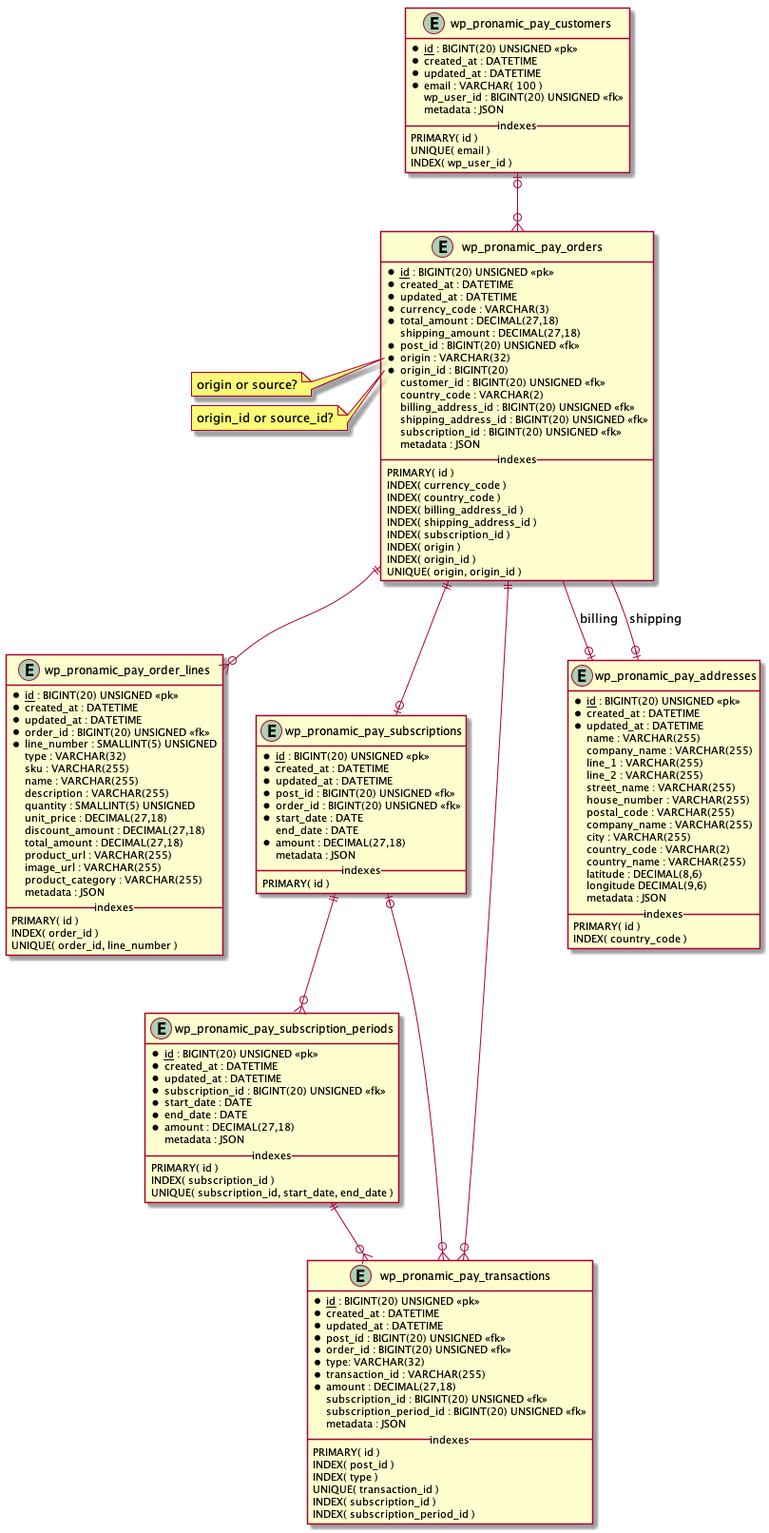
Above: documentation/db.png in 8KCool/WordPress-Plugin-iDEAL-Bancontact- (PlantUML), before the change. The source it was exported from:
```plantuml
@startuml


entity "wp_pronamic_pay_customers" as customer {
	* <u>id</u> : BIGINT(20) UNSIGNED <<pk>>
	* created_at : DATETIME
	* updated_at : DATETIME
	* email : VARCHAR( 100 )
	wp_user_id : BIGINT(20) UNSIGNED <<fk>>
	metadata : JSON
	__ indexes __
	PRIMARY( id )
	UNIQUE( email )
	INDEX( wp_user_id )
}

entity "wp_pronamic_pay_orders" as order {
	* <u>id</u> : BIGINT(20) UNSIGNED <<pk>>
	* created_at : DATETIME
	* updated_at : DATETIME
	* currency_code : VARCHAR(3)
	* total_amount : DECIMAL(27,18)
	shipping_amount : DECIMAL(27,18)
	* post_id : BIGINT(20) UNSIGNED <<fk>>
	* origin : VARCHAR(32)
	* origin_id : BIGINT(20)
	customer_id : BIGINT(20) UNSIGNED <<fk>>
	country_code : VARCHAR(2)
	billing_address_id : BIGINT(20) UNSIGNED <<fk>>
	shipping_address_id : BIGINT(20) UNSIGNED <<fk>>
	subscription_id : BIGINT(20) UNSIGNED <<fk>>
	metadata : JSON
	__ indexes __
	PRIMARY( id )
	INDEX( currency_code )
	INDEX( country_code )
	INDEX( billing_address_id )
	INDEX( shipping_address_id )
	INDEX( subscription_id )
	INDEX( origin )
	INDEX( origin_id )
	UNIQUE( origin, origin_id )
}

note left of order::origin
  origin or source?
end note

note left of order::origin_id
  origin_id or source_id?
end note

entity "wp_pronamic_pay_order_lines" as order_line {
	* <u>id</u> : BIGINT(20) UNSIGNED <<pk>>
	* created_at : DATETIME
	* updated_at : DATETIME
	* order_id : BIGINT(20) UNSIGNED <<fk>>
	* line_number : SMALLINT(5) UNSIGNED
	type : VARCHAR(32)
	sku : VARCHAR(255)
	name : VARCHAR(255)
	description : VARCHAR(255)
	quantity : SMALLINT(5) UNSIGNED
	unit_price : DECIMAL(27,18)
	discount_amount : DECIMAL(27,18)
	total_amount : DECIMAL(27,18)
	product_url : VARCHAR(255)
	image_url : VARCHAR(255)
	product_category : VARCHAR(255)
	metadata : JSON
	__ indexes __
	PRIMARY( id )
	INDEX( order_id )
	UNIQUE( order_id, line_number )
}

entity "wp_pronamic_pay_subscriptions" as subscription {
	* <u>id</u> : BIGINT(20) UNSIGNED <<pk>>
	* created_at : DATETIME
	* updated_at : DATETIME
	* post_id : BIGINT(20) UNSIGNED <<fk>>
	* order_id : BIGINT(20) UNSIGNED <<fk>>
	* start_date : DATE
	end_date : DATE
	* amount : DECIMAL(27,18)
	metadata : JSON
	__ indexes __
	PRIMARY( id )
}

entity "wp_pronamic_pay_subscription_periods" as subscription_period {
	* <u>id</u> : BIGINT(20) UNSIGNED <<pk>>
	* created_at : DATETIME
	* updated_at : DATETIME
	* subscription_id : BIGINT(20) UNSIGNED <<fk>>
	* start_date : DATE
	* end_date : DATE
	* amount : DECIMAL(27,18)
	metadata : JSON
	__ indexes __
	PRIMARY( id )
	INDEX( subscription_id )
	UNIQUE( subscription_id, start_date, end_date )
}

entity "wp_pronamic_pay_transactions" as transaction {
	* <u>id</u> : BIGINT(20) UNSIGNED <<pk>>
	* created_at : DATETIME
	* updated_at : DATETIME
	* post_id : BIGINT(20) UNSIGNED <<fk>>
	* order_id : BIGINT(20) UNSIGNED <<fk>>
	* type: VARCHAR(32)
	* transaction_id : VARCHAR(255)
	* amount : DECIMAL(27,18)
	subscription_id : BIGINT(20) UNSIGNED <<fk>>
	subscription_period_id : BIGINT(20) UNSIGNED <<fk>>
	metadata : JSON
	__ indexes __
	PRIMARY( id )
	INDEX( post_id )
	INDEX( type )
	UNIQUE( transaction_id )
	INDEX( subscription_id )
	INDEX( subscription_period_id )
}

entity "wp_pronamic_pay_addresses" as address {
	* <u>id</u> : BIGINT(20) UNSIGNED <<pk>>
	* created_at : DATETIME
	* updated_at : DATETIME
	name : VARCHAR(255)
	company_name : VARCHAR(255)
	line_1 : VARCHAR(255)
	line_2 : VARCHAR(255)
	street_name : VARCHAR(255)
	house_number : VARCHAR(255)
	postal_code : VARCHAR(255)
	company_name : VARCHAR(255)
	city : VARCHAR(255)
	country_code : VARCHAR(2)
	country_name : VARCHAR(255)
	latitude : DECIMAL(8,6)
	longitude DECIMAL(9,6)
	metadata : JSON
	__ indexes __
	PRIMARY( id )
	INDEX( country_code )
}

customer |o--o{ order
order --o| address : billing
order --o| address : shipping
order ||--o| subscription
order ||--o{ order_line
order ||--o{ transaction
subscription ||--o{ subscription_period
subscription |o--o{ transaction
subscription_period ||--o{ transaction

@enduml
```
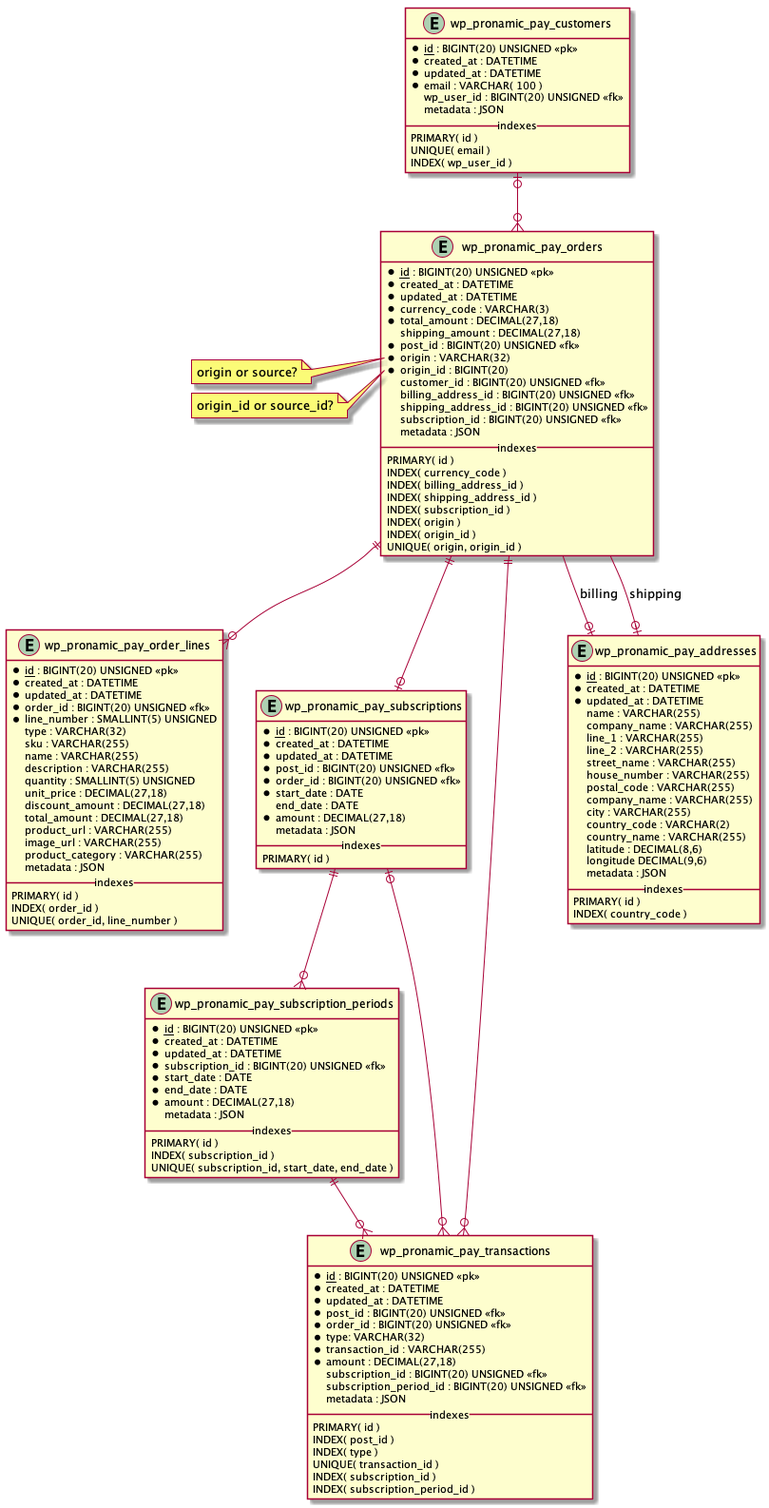
Above is the later version.

Commit message:
Removed country code from orders table, query via billing or shipping address.

The edit, as a diff of the source:
```diff
@@ -25,7 +25,6 @@
 	* origin : VARCHAR(32)
 	* origin_id : BIGINT(20)
 	customer_id : BIGINT(20) UNSIGNED <<fk>>
-	country_code : VARCHAR(2)
 	billing_address_id : BIGINT(20) UNSIGNED <<fk>>
 	shipping_address_id : BIGINT(20) UNSIGNED <<fk>>
 	subscription_id : BIGINT(20) UNSIGNED <<fk>>
@@ -33,7 +32,6 @@
 	__ indexes __
 	PRIMARY( id )
 	INDEX( currency_code )
-	INDEX( country_code )
 	INDEX( billing_address_id )
 	INDEX( shipping_address_id )
 	INDEX( subscription_id )
```
